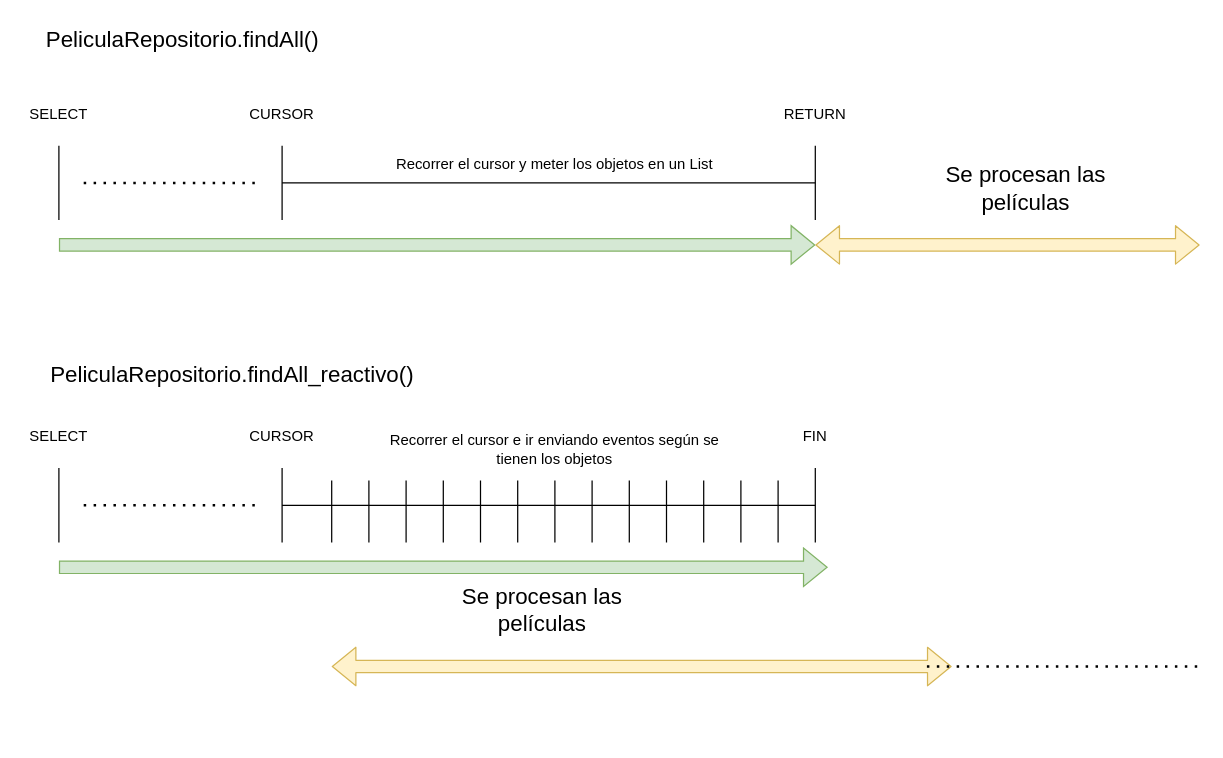
This is page "Página-14" (15 of 20) of panel_microservicios_webflux_05_2022.drawio from lrag/WebFlux, a draw.io file, before an edit. Source tidied: cells renumbered, new cells numbered last; positions are measured from the earlier drawing's top-left corner, leaving out a move shared by most shapes. Both pictures are drawn from the tidied source at 124%, with x=0, y=0 at pixel (21, 21).
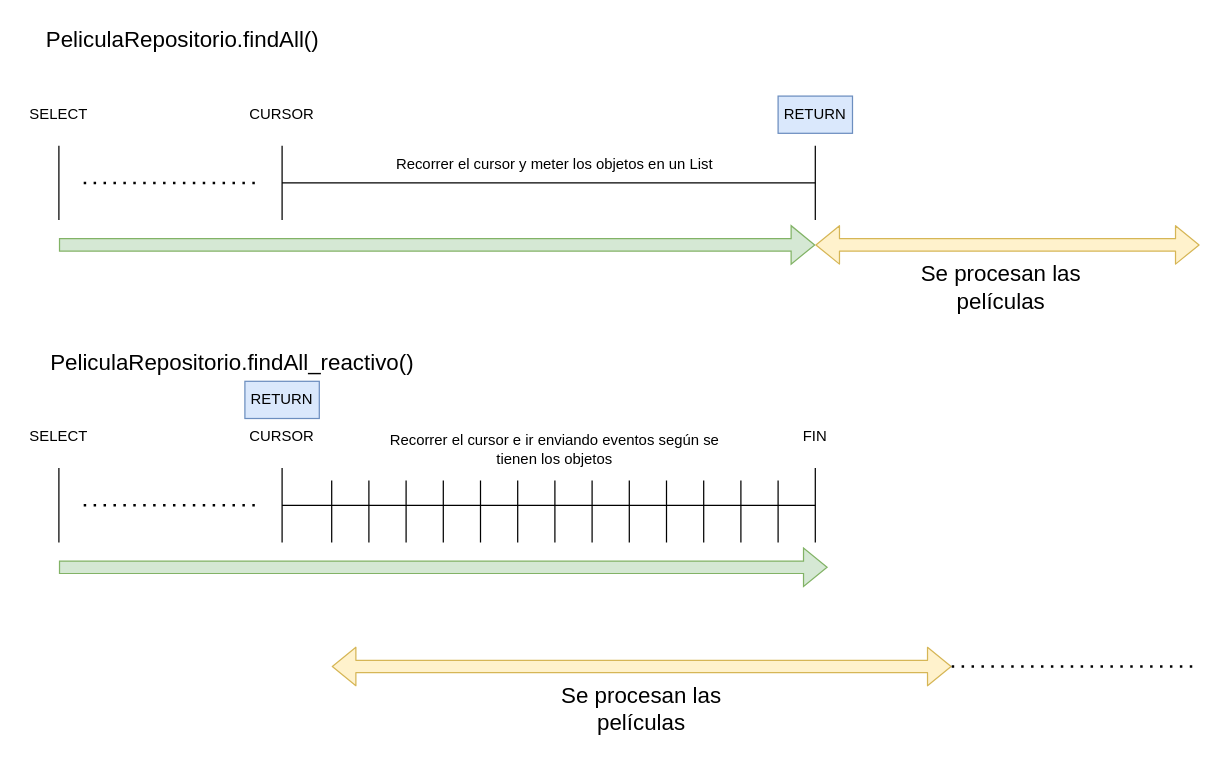
After the change.

Diff of the diagram source:
```diff
@@
-    <mxCell id="11" value="RETURN" style="text;html=1;strokeColor=none;fillColor=none;align=center;verticalAlign=middle;whiteSpace=wrap;rounded=0;" parent="1" vertex="1">
+    <mxCell id="11" value="RETURN" style="text;html=1;strokeColor=#6c8ebf;fillColor=#dae8fc;align=center;verticalAlign=middle;whiteSpace=wrap;rounded=0;" parent="1" vertex="1">
       <mxGeometry x="610" y="60" width="60" height="30" as="geometry" />
     </mxCell>
@@
     <mxCell id="36" value="PeliculaRepositorio.findAll_reactivo()" style="text;html=1;strokeColor=none;fillColor=none;align=center;verticalAlign=middle;whiteSpace=wrap;rounded=0;fontSize=18;" parent="1" vertex="1">
-      <mxGeometry x="40" y="270" width="260" height="30" as="geometry" />
+      <mxGeometry x="40" y="260" width="260" height="30" as="geometry" />
     </mxCell>
@@
     <mxCell id="38" value="Se procesan las películas" style="text;html=1;strokeColor=none;fillColor=none;align=center;verticalAlign=middle;whiteSpace=wrap;rounded=0;fontSize=18;" parent="1" vertex="1">
-      <mxGeometry x="740" y="120" width="140" height="30" as="geometry" />
+      <mxGeometry x="720" y="200" width="140" height="30" as="geometry" />
     </mxCell>
@@
     <mxCell id="40" value="Se procesan las películas" style="text;html=1;strokeColor=none;fillColor=none;align=center;verticalAlign=middle;whiteSpace=wrap;rounded=0;fontSize=18;" parent="1" vertex="1">
-      <mxGeometry x="350" y="460" width="140" height="30" as="geometry" />
+      <mxGeometry x="430" y="540" width="140" height="30" as="geometry" />
     </mxCell>
     <mxCell id="41" style="endArrow=none;dashed=1;html=1;dashPattern=1 3;strokeWidth=2;rounded=1;fontSize=18;" parent="1" edge="1">
       <mxGeometry relative="1" as="geometry">
-        <mxPoint x="730" y="520" as="sourcePoint" />
+        <mxPoint x="750" y="520" as="sourcePoint" />
         <mxPoint x="950" y="520" as="targetPoint" />
       </mxGeometry>
     </mxCell>
+    <mxCell id="42" value="RETURN" style="text;html=1;strokeColor=#6c8ebf;fillColor=#dae8fc;align=center;verticalAlign=middle;whiteSpace=wrap;rounded=0;" parent="1" vertex="1">
+      <mxGeometry x="180" y="290" width="60" height="30" as="geometry" />
+    </mxCell>
```
